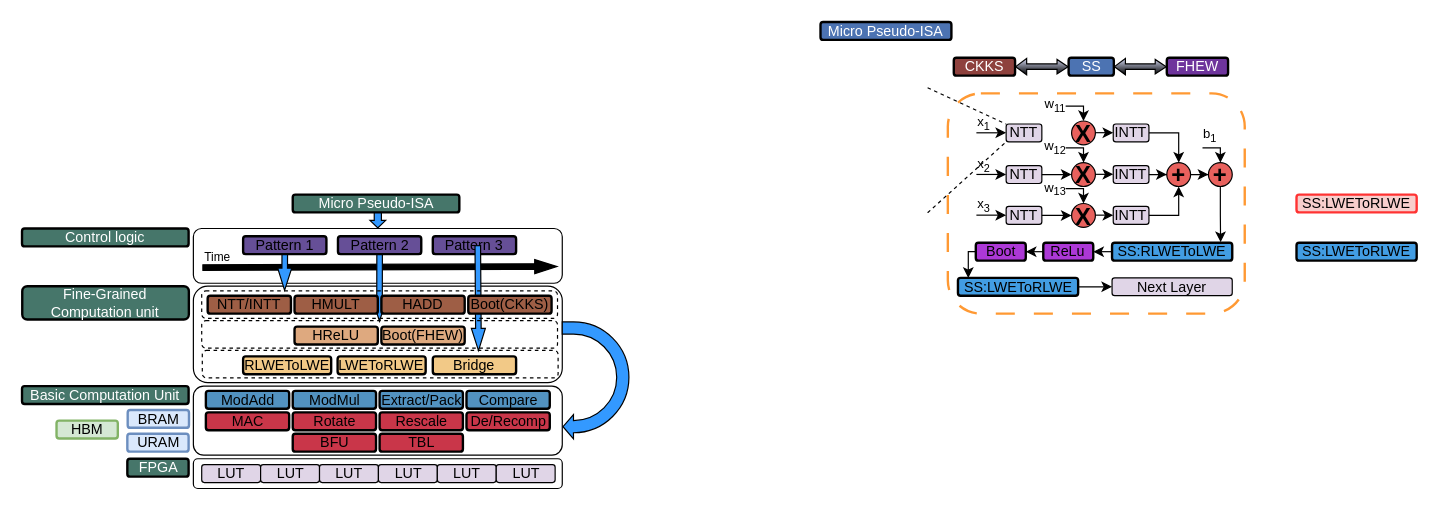
Before: DAC overall architecture.drawio in ZKY6662017/iodraw-files, a draw.io diagram. Source tidied: cells renumbered, new cells numbered last; positions are measured from the earlier drawing's top-left corner, leaving out a move shared by most shapes. Both pictures are drawn from the tidied source at 119%, with x=0, y=0 at pixel (21, 21).
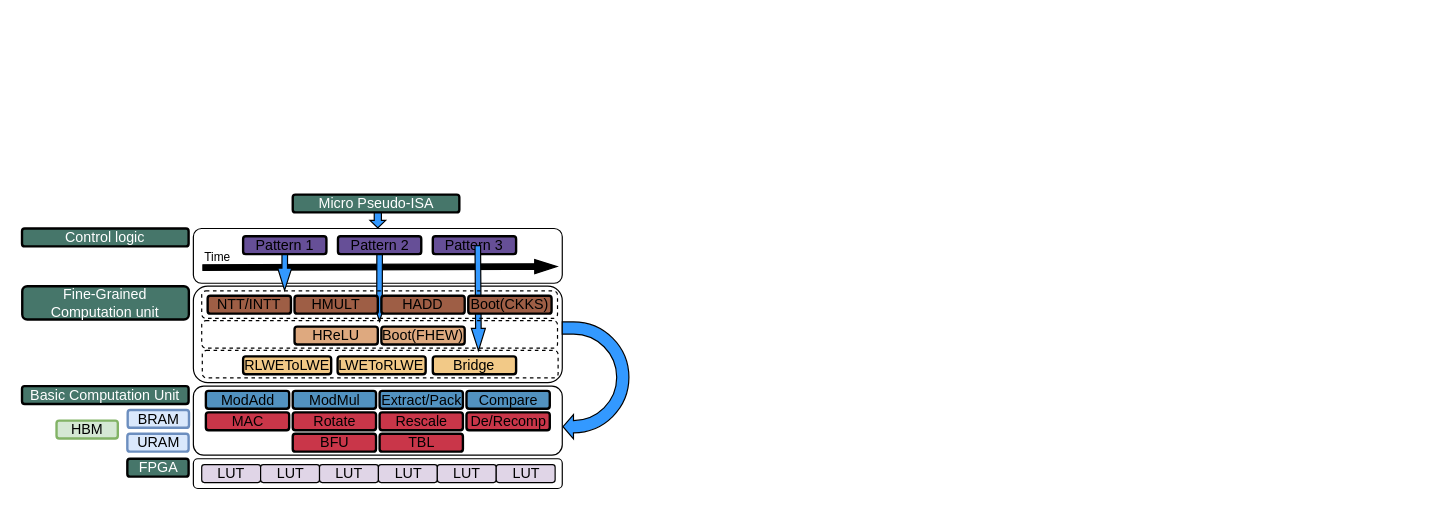
Above is the later version.

The edit, as a diff of the source:
```diff
@@
-    <mxCell id="3" style="rounded=1;whiteSpace=wrap;html=1;dashed=1;dashPattern=8 8;strokeWidth=2;strokeColor=#FF9933;" parent="1" vertex="1">
-      <mxGeometry x="778" y="60" width="249.5" height="185" as="geometry" />
-    </mxCell>
-    <mxCell id="4" value="NTT" style="rounded=1;whiteSpace=wrap;html=1;fillColor=#e0d5e7;" parent="1" vertex="1">
-      <mxGeometry x="827" y="85.7" width="30" height="15" as="geometry" />
-    </mxCell>
-    <mxCell id="5" style="edgeStyle=orthogonalEdgeStyle;rounded=0;jettySize=auto;html=1;entryX=0.5;entryY=0;entryDx=0;entryDy=0;" parent="1" edge="1" source="6" target="28">
-      <mxGeometry relative="1" as="geometry" />
-    </mxCell>
-    <mxCell id="6" value="INTT" style="rounded=1;whiteSpace=wrap;html=1;fillColor=#e1d5e7;" parent="1" vertex="1">
-      <mxGeometry x="917" y="85.7" width="30" height="15" as="geometry" />
-    </mxCell>
-    <mxCell id="7" value="&lt;b style=&quot;font-size: 20px;&quot;&gt;&lt;font style=&quot;font-size: 20px;&quot;&gt;X&lt;/font&gt;&lt;/b&gt;" style="ellipse;whiteSpace=wrap;html=1;gradientColor=none;strokeWidth=1;fontSize=20;fillColor=#E8615D;" parent="1" vertex="1">
-      <mxGeometry x="882" y="83.2" width="20" height="20" as="geometry" />
-    </mxCell>
-    <mxCell id="8" style="edgeStyle=orthogonalEdgeStyle;rounded=0;jettySize=auto;html=1;entryX=0.5;entryY=0;entryDx=0;entryDy=0;" parent="1" edge="1" target="7">
-      <mxGeometry relative="1" as="geometry">
-        <mxPoint x="877" y="70.7" as="sourcePoint" />
-      </mxGeometry>
-    </mxCell>
-    <mxCell id="9" value="w&lt;sub&gt;11&lt;/sub&gt;" style="edgeLabel;html=1;align=center;verticalAlign=middle;labelBackgroundColor=none;" parent="8" vertex="1">
-      <mxGeometry x="-0.55" y="1" relative="1" as="geometry">
-        <mxPoint x="-16" y="1" as="offset" />
-      </mxGeometry>
-    </mxCell>
-    <mxCell id="10" style="edgeStyle=orthogonalEdgeStyle;rounded=0;jettySize=auto;html=1;entryX=0;entryY=0.5;entryDx=0;entryDy=0;" parent="1" edge="1" target="6">
-      <mxGeometry relative="1" as="geometry">
-        <mxPoint x="902" y="93" as="sourcePoint" />
-      </mxGeometry>
-    </mxCell>
-    <mxCell id="11" value="NTT" style="rounded=1;whiteSpace=wrap;html=1;fillColor=#e1d5e7;" parent="1" vertex="1">
-      <mxGeometry x="827" y="120.7" width="30" height="15" as="geometry" />
-    </mxCell>
-    <mxCell id="12" value="&lt;b style=&quot;font-size: 20px;&quot;&gt;&lt;font style=&quot;font-size: 20px;&quot;&gt;X&lt;/font&gt;&lt;/b&gt;" style="ellipse;whiteSpace=wrap;html=1;gradientColor=none;strokeWidth=1;fontSize=20;fillColor=#E8615D;" parent="1" vertex="1">
-      <mxGeometry x="882" y="118.2" width="20" height="20" as="geometry" />
-    </mxCell>
-    <mxCell id="13" style="edgeStyle=orthogonalEdgeStyle;rounded=0;jettySize=auto;html=1;entryX=0.5;entryY=0;entryDx=0;entryDy=0;" parent="1" edge="1" target="12">
-      <mxGeometry relative="1" as="geometry">
-        <mxPoint x="877" y="105.7" as="sourcePoint" />
-      </mxGeometry>
-    </mxCell>
-    <mxCell id="14" value="w&lt;sub&gt;12&lt;/sub&gt;" style="edgeLabel;html=1;align=center;verticalAlign=middle;labelBackgroundColor=none;" parent="13" vertex="1">
-      <mxGeometry x="-0.55" y="1" relative="1" as="geometry">
-        <mxPoint x="-16" y="1" as="offset" />
-      </mxGeometry>
-    </mxCell>
-    <mxCell id="15" style="edgeStyle=orthogonalEdgeStyle;rounded=0;jettySize=auto;html=1;" parent="1" edge="1" source="11" target="12">
-      <mxGeometry relative="1" as="geometry" />
-    </mxCell>
-    <mxCell id="16" style="edgeStyle=orthogonalEdgeStyle;rounded=0;jettySize=auto;html=1;entryX=0;entryY=0.5;entryDx=0;entryDy=0;" parent="1" edge="1" target="24">
-      <mxGeometry relative="1" as="geometry">
-        <mxPoint x="902" y="128" as="sourcePoint" />
-      </mxGeometry>
-    </mxCell>
-    <mxCell id="17" value="NTT" style="rounded=1;whiteSpace=wrap;html=1;fillColor=#e1d5e7;" parent="1" vertex="1">
-      <mxGeometry x="827" y="155" width="30" height="15" as="geometry" />
-    </mxCell>
-    <mxCell id="18" value="&lt;b style=&quot;font-size: 20px;&quot;&gt;&lt;font style=&quot;font-size: 20px;&quot;&gt;X&lt;/font&gt;&lt;/b&gt;" style="ellipse;whiteSpace=wrap;html=1;gradientColor=none;strokeWidth=1;fontSize=20;fillColor=#E8615D;" parent="1" vertex="1">
-      <mxGeometry x="882" y="152.5" width="20" height="20" as="geometry" />
-    </mxCell>
-    <mxCell id="19" style="edgeStyle=orthogonalEdgeStyle;rounded=0;orthogonalLoop=1;jettySize=auto;html=1;entryX=0.5;entryY=0;entryDx=0;entryDy=0;" parent="1" edge="1">
-      <mxGeometry relative="1" as="geometry">
-        <mxPoint x="877" y="140" as="sourcePoint" />
-        <mxPoint x="892" y="152.5" as="targetPoint" />
-      </mxGeometry>
-    </mxCell>
-    <mxCell id="20" value="w&lt;sub&gt;13&lt;/sub&gt;" style="edgeLabel;html=1;align=center;verticalAlign=middle;labelBackgroundColor=none;" parent="19" vertex="1">
-      <mxGeometry x="-0.55" y="1" relative="1" as="geometry">
-        <mxPoint x="-16" y="1" as="offset" />
-      </mxGeometry>
-    </mxCell>
-    <mxCell id="21" style="edgeStyle=orthogonalEdgeStyle;rounded=0;jettySize=auto;html=1;" parent="1" edge="1" source="17">
-      <mxGeometry relative="1" as="geometry">
-        <mxPoint x="882" y="162.5" as="targetPoint" />
-      </mxGeometry>
-    </mxCell>
-    <mxCell id="22" style="edgeStyle=orthogonalEdgeStyle;rounded=0;jettySize=auto;html=1;entryX=0;entryY=0.5;entryDx=0;entryDy=0;" parent="1" edge="1" target="26">
-      <mxGeometry relative="1" as="geometry">
-        <mxPoint x="902" y="162.3" as="sourcePoint" />
-      </mxGeometry>
-    </mxCell>
-    <mxCell id="23" style="edgeStyle=orthogonalEdgeStyle;rounded=0;jettySize=auto;html=1;entryX=0;entryY=0.5;entryDx=0;entryDy=0;" parent="1" edge="1" source="24" target="28">
-      <mxGeometry relative="1" as="geometry" />
-    </mxCell>
-    <mxCell id="24" value="INTT" style="rounded=1;whiteSpace=wrap;html=1;fillColor=#e1d5e7;" parent="1" vertex="1">
-      <mxGeometry x="917" y="120.7" width="30" height="15" as="geometry" />
-    </mxCell>
-    <mxCell id="25" style="edgeStyle=orthogonalEdgeStyle;rounded=0;jettySize=auto;html=1;entryX=0.5;entryY=1;entryDx=0;entryDy=0;" parent="1" edge="1" source="26" target="28">
-      <mxGeometry relative="1" as="geometry" />
-    </mxCell>
-    <mxCell id="26" value="INTT" style="rounded=1;whiteSpace=wrap;html=1;fillColor=#e1d5e7;" parent="1" vertex="1">
-      <mxGeometry x="917" y="155" width="30" height="15" as="geometry" />
-    </mxCell>
-    <mxCell id="27" style="edgeStyle=orthogonalEdgeStyle;rounded=0;jettySize=auto;html=1;entryX=0;entryY=0.5;entryDx=0;entryDy=0;" parent="1" edge="1" source="28" target="30">
-      <mxGeometry relative="1" as="geometry" />
-    </mxCell>
-    <mxCell id="28" value="&lt;b style=&quot;font-size: 20px;&quot;&gt;&lt;font style=&quot;font-size: 20px;&quot;&gt;+&lt;/font&gt;&lt;/b&gt;" style="ellipse;whiteSpace=wrap;html=1;gradientColor=none;strokeWidth=1;fontSize=20;fillColor=#E8615D;" parent="1" vertex="1">
-      <mxGeometry x="962" y="118.2" width="20" height="20" as="geometry" />
-    </mxCell>
-    <mxCell id="29" style="edgeStyle=orthogonalEdgeStyle;rounded=0;jettySize=auto;html=1;entryX=0.903;entryY=-0.033;entryDx=0;entryDy=0;entryPerimeter=0;" parent="1" edge="1" source="30" target="37">
-      <mxGeometry relative="1" as="geometry" />
-    </mxCell>
-    <mxCell id="30" value="&lt;b style=&quot;font-size: 20px;&quot;&gt;&lt;font style=&quot;font-size: 20px;&quot;&gt;+&lt;/font&gt;&lt;/b&gt;" style="ellipse;whiteSpace=wrap;html=1;gradientColor=none;strokeWidth=1;fontSize=20;fillColor=#E8615D;" parent="1" vertex="1">
-      <mxGeometry x="997" y="118.2" width="20" height="20" as="geometry" />
-    </mxCell>
-    <mxCell id="31" style="edgeStyle=orthogonalEdgeStyle;rounded=0;jettySize=auto;html=1;entryX=0.5;entryY=0;entryDx=0;entryDy=0;" parent="1" edge="1" target="30">
-      <mxGeometry relative="1" as="geometry">
-        <mxPoint x="992" y="105.7" as="sourcePoint" />
-      </mxGeometry>
-    </mxCell>
-    <mxCell id="32" value="b&lt;sub&gt;1&lt;/sub&gt;" style="edgeLabel;html=1;align=center;verticalAlign=middle;labelBackgroundColor=none;" parent="31" vertex="1">
-      <mxGeometry x="-0.55" y="1" relative="1" as="geometry">
-        <mxPoint x="-1" y="-9" as="offset" />
-      </mxGeometry>
-    </mxCell>
-    <mxCell id="33" style="edgeStyle=orthogonalEdgeStyle;rounded=0;jettySize=auto;html=1;exitX=0;exitY=0.5;exitDx=0;exitDy=0;entryX=1;entryY=0.5;entryDx=0;entryDy=0;" parent="1" edge="1" source="34" target="35">
-      <mxGeometry relative="1" as="geometry" />
-    </mxCell>
-    <mxCell id="34" value="ReLu" style="rounded=1;whiteSpace=wrap;html=1;strokeWidth=2;fillColor=#AC38D6;" parent="1" vertex="1">
-      <mxGeometry x="858.2" y="185.5" width="42" height="15" as="geometry" />
-    </mxCell>
-    <mxCell id="35" value="Boot" style="rounded=1;whiteSpace=wrap;html=1;strokeWidth=2;fillColor=#AC38D6;" parent="1" vertex="1">
-      <mxGeometry x="801.5" y="185.5" width="42" height="15" as="geometry" />
-    </mxCell>
-    <mxCell id="36" style="edgeStyle=orthogonalEdgeStyle;rounded=0;jettySize=auto;html=1;exitX=0;exitY=0.5;exitDx=0;exitDy=0;entryX=1;entryY=0.5;entryDx=0;entryDy=0;" parent="1" edge="1" source="37" target="34">
-      <mxGeometry relative="1" as="geometry" />
-    </mxCell>
-    <mxCell id="37" value="SS:RLWEToLWE" style="rounded=1;whiteSpace=wrap;html=1;fillColor=#429DE3;strokeWidth=2;" parent="1" vertex="1">
-      <mxGeometry x="916" y="185.5" width="101" height="15" as="geometry" />
-    </mxCell>
-    <mxCell id="38" style="edgeStyle=orthogonalEdgeStyle;rounded=0;jettySize=auto;html=1;entryX=0;entryY=0.5;entryDx=0;entryDy=0;" parent="1" edge="1" source="39" target="47">
-      <mxGeometry relative="1" as="geometry" />
-    </mxCell>
-    <mxCell id="39" value="SS:LWEToRLWE" style="rounded=1;whiteSpace=wrap;html=1;fillColor=#429DE3;strokeWidth=2;" parent="1" vertex="1">
-      <mxGeometry x="786.5" y="215" width="101" height="15" as="geometry" />
-    </mxCell>
-    <mxCell id="40" style="edgeStyle=orthogonalEdgeStyle;rounded=0;jettySize=auto;html=1;exitX=0;exitY=0.5;exitDx=0;exitDy=0;entryX=0.086;entryY=0.006;entryDx=0;entryDy=0;entryPerimeter=0;" parent="1" edge="1" source="35" target="39">
-      <mxGeometry relative="1" as="geometry" />
-    </mxCell>
-    <mxCell id="41" style="edgeStyle=orthogonalEdgeStyle;rounded=0;orthogonalLoop=1;jettySize=auto;html=1;" parent="1" edge="1">
-      <mxGeometry relative="1" as="geometry">
-        <mxPoint x="802" y="93.1" as="sourcePoint" />
-        <mxPoint x="827" y="93.1" as="targetPoint" />
-      </mxGeometry>
-    </mxCell>
-    <mxCell id="42" value="x&lt;sub&gt;1&lt;/sub&gt;" style="edgeLabel;html=1;align=center;verticalAlign=middle;labelBackgroundColor=none;" parent="41" vertex="1">
-      <mxGeometry x="-0.64" relative="1" as="geometry">
-        <mxPoint y="-8" as="offset" />
-      </mxGeometry>
-    </mxCell>
-    <mxCell id="43" style="edgeStyle=orthogonalEdgeStyle;rounded=0;orthogonalLoop=1;jettySize=auto;html=1;" parent="1" edge="1">
-      <mxGeometry relative="1" as="geometry">
-        <mxPoint x="802" y="128.1" as="sourcePoint" />
-        <mxPoint x="827" y="128.1" as="targetPoint" />
-      </mxGeometry>
-    </mxCell>
-    <mxCell id="44" value="x&lt;sub&gt;2&lt;/sub&gt;" style="edgeLabel;html=1;align=center;verticalAlign=middle;labelBackgroundColor=none;" parent="43" vertex="1">
-      <mxGeometry x="-0.64" relative="1" as="geometry">
-        <mxPoint y="-8" as="offset" />
-      </mxGeometry>
-    </mxCell>
-    <mxCell id="45" style="edgeStyle=orthogonalEdgeStyle;rounded=0;orthogonalLoop=1;jettySize=auto;html=1;" parent="1" edge="1">
-      <mxGeometry relative="1" as="geometry">
-        <mxPoint x="802" y="162.3" as="sourcePoint" />
-        <mxPoint x="827" y="162.3" as="targetPoint" />
-      </mxGeometry>
-    </mxCell>
-    <mxCell id="46" value="x&lt;sub&gt;3&lt;/sub&gt;" style="edgeLabel;html=1;align=center;verticalAlign=middle;labelBackgroundColor=none;" parent="45" vertex="1">
-      <mxGeometry x="-0.64" relative="1" as="geometry">
-        <mxPoint y="-8" as="offset" />
-      </mxGeometry>
-    </mxCell>
-    <mxCell id="47" value="Next Layer" style="rounded=1;whiteSpace=wrap;html=1;fillColor=#e0d5e7;" parent="1" vertex="1">
-      <mxGeometry x="916" y="215" width="101" height="15" as="geometry" />
-    </mxCell>
-    <mxCell id="48" value="CKKS" style="rounded=1;whiteSpace=wrap;html=1;strokeColor=default;fillColor=#8e413d;fontStyle=0;strokeWidth=2;fontColor=#FFFFFF;" parent="1" vertex="1">
-      <mxGeometry x="783" y="30" width="51.5" height="15" as="geometry" />
-    </mxCell>
-    <mxCell id="49" value="SS" style="rounded=1;whiteSpace=wrap;html=1;fontStyle=0;strokeWidth=2;strokeColor=default;fillColor=#4c73b2;fontColor=#FFFFFF;" parent="1" vertex="1">
-      <mxGeometry x="879.5" y="30" width="38" height="15" as="geometry" />
-    </mxCell>
-    <mxCell id="50" value="FHEW" style="rounded=1;whiteSpace=wrap;html=1;fontStyle=0;strokeWidth=2;strokeColor=default;fillColor=#6e349c;fontColor=#FFFFFF;" parent="1" vertex="1">
-      <mxGeometry x="962" y="30" width="51.5" height="15" as="geometry" />
-    </mxCell>
-    <mxCell id="51" style="shape=flexArrow;endArrow=classic;startArrow=classic;html=1;rounded=0;width=4.615384615384615;startSize=2.7423076923076923;startWidth=7.988165680473373;endWidth=6.552706552706553;endSize=2.7423076923076923;exitX=1;exitY=0.5;exitDx=0;exitDy=0;entryX=0;entryY=0.5;entryDx=0;entryDy=0;fontColor=#FFFFFF;fillColor=#d5daf3;gradientColor=default;" parent="1" edge="1" source="48" target="49">
-      <mxGeometry relative="1" as="geometry" />
-    </mxCell>
-    <mxCell id="52" style="shape=flexArrow;endArrow=classic;startArrow=classic;html=1;rounded=0;width=4.615384615384615;startSize=2.7423076923076923;startWidth=7.988165680473373;endWidth=6.552706552706553;endSize=2.7423076923076923;exitX=1;exitY=0.5;exitDx=0;exitDy=0;entryX=0;entryY=0.5;entryDx=0;entryDy=0;fontColor=#FFFFFF;fillColor=#d5daf3;gradientColor=default;" parent="1" edge="1" source="49" target="50">
-      <mxGeometry relative="1" as="geometry" />
-    </mxCell>
-    <mxCell id="53" style="endArrow=none;dashed=1;html=1;rounded=0;entryX=0;entryY=0;entryDx=0;entryDy=0;exitX=1;exitY=0;exitDx=0;exitDy=0;strokeWidth=1;" parent="1" edge="1" target="4">
-      <mxGeometry relative="1" as="geometry">
-        <mxPoint x="761" y="55.3" as="sourcePoint" />
-      </mxGeometry>
-    </mxCell>
-    <mxCell id="54" style="endArrow=none;dashed=1;html=1;rounded=0;entryX=0;entryY=1;entryDx=0;entryDy=0;exitX=1;exitY=1;exitDx=0;exitDy=0;strokeWidth=1;" parent="1" edge="1" target="4">
-      <mxGeometry relative="1" as="geometry">
-        <mxPoint x="761" y="160.3" as="sourcePoint" />
-      </mxGeometry>
-    </mxCell>
-    <mxCell id="55" value="SS:LWEToRLWE" style="rounded=1;whiteSpace=wrap;html=1;fillColor=#429DE3;strokeWidth=2;" parent="1" vertex="1">
-      <mxGeometry x="1071" y="185.5" width="101" height="15" as="geometry" />
-    </mxCell>
@@
-    <mxCell id="61" value="Micro Pseudo-ISA" style="rounded=1;whiteSpace=wrap;html=1;fontStyle=0;strokeWidth=2;strokeColor=default;fillColor=#4c73b2;fontColor=#FFFFFF;" parent="1" vertex="1">
-      <mxGeometry x="671" width="110" height="15" as="geometry" />
-    </mxCell>
@@
-    <mxCell id="65" value="SS:LWEToRLWE" style="rounded=1;whiteSpace=wrap;html=1;fillColor=#f8cecc;strokeWidth=2;strokeColor=#FF3333;" parent="1" vertex="1">
-      <mxGeometry x="1071" y="145" width="101" height="15" as="geometry" />
-    </mxCell>
```
